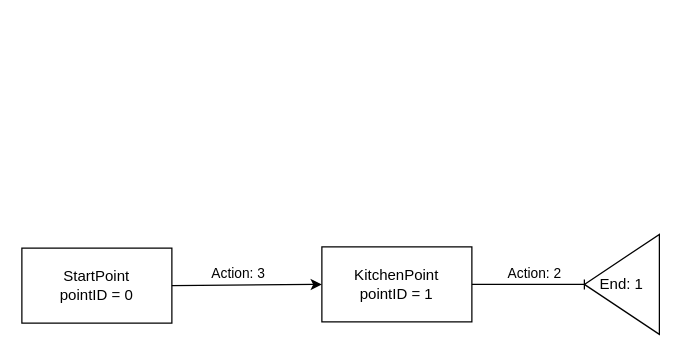
This is PointTree.drawio from AndryMasl/AGU_text_quest, a draw.io file, before an edit. Source tidied: cells renumbered, new cells numbered last; positions are measured from the earlier drawing's top-left corner, leaving out a move shared by most shapes. Both pictures are drawn from the tidied source at 125%, with x=0, y=0 at pixel (21, 234).
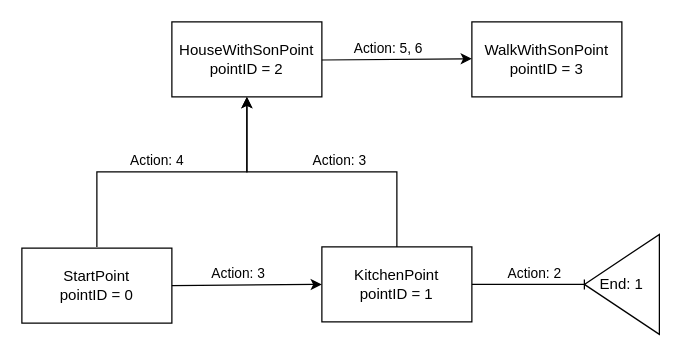
After the change.

Unchanged cells that the change refers to:
```xml
<mxCell id="5" value="&lt;div&gt;KitchenPoint&lt;/div&gt;&lt;div&gt;pointID = 1&lt;/div&gt;" style="rounded=0;whiteSpace=wrap;html=1;" parent="1" vertex="1">
  <mxGeometry x="240" y="10" width="120" height="60" as="geometry" />
</mxCell>
```

What changed in the source:
```diff
@@
+    <mxCell id="9" value="HouseWithSonPoint&lt;div&gt;pointID = 2&lt;/div&gt;" style="rounded=0;whiteSpace=wrap;html=1;" parent="1" vertex="1">
+      <mxGeometry x="120" y="-170" width="120" height="60" as="geometry" />
+    </mxCell>
+    <mxCell id="10" style="endArrow=classic;html=1;rounded=0;entryX=0.5;entryY=1;entryDx=0;entryDy=0;edgeStyle=orthogonalEdgeStyle;" parent="1" edge="1" target="9">
+      <mxGeometry relative="1" as="geometry">
+        <mxPoint x="60" y="10" as="sourcePoint" />
+        <Array as="points">
+          <mxPoint x="60" y="-50" />
+          <mxPoint x="180" y="-50" />
+        </Array>
+      </mxGeometry>
+    </mxCell>
+    <mxCell id="11" value="Action: 4" style="edgeLabel;html=1;align=center;verticalAlign=middle;" parent="10" vertex="1">
+      <mxGeometry x="-0.11" relative="1" as="geometry">
+        <mxPoint y="-10" as="offset" />
+      </mxGeometry>
+    </mxCell>
+    <mxCell id="12" style="endArrow=classic;html=1;rounded=0;edgeStyle=orthogonalEdgeStyle;exitX=0.5;exitY=0;exitDx=0;exitDy=0;" parent="1" edge="1" source="5">
+      <mxGeometry relative="1" as="geometry">
+        <mxPoint x="180" y="-110" as="targetPoint" />
+        <Array as="points">
+          <mxPoint x="300" y="-50" />
+          <mxPoint x="180" y="-50" />
+        </Array>
+      </mxGeometry>
+    </mxCell>
+    <mxCell id="13" value="Action:&amp;nbsp;3" style="edgeLabel;html=1;align=center;verticalAlign=middle;" parent="12" vertex="1">
+      <mxGeometry x="-0.11" relative="1" as="geometry">
+        <mxPoint y="-10" as="offset" />
+      </mxGeometry>
+    </mxCell>
+    <mxCell id="14" style="endArrow=classic;html=1;rounded=0;exitX=1;exitY=0.5;exitDx=0;exitDy=0;entryX=0;entryY=0.5;entryDx=0;entryDy=0;" parent="1" edge="1">
+      <mxGeometry relative="1" as="geometry">
+        <mxPoint x="240" y="-139.5" as="sourcePoint" />
+        <mxPoint x="360" y="-140.5" as="targetPoint" />
+      </mxGeometry>
+    </mxCell>
+    <mxCell id="15" value="Action: 5, 6" style="edgeLabel;html=1;align=center;verticalAlign=middle;" parent="14" vertex="1">
+      <mxGeometry x="-0.11" relative="1" as="geometry">
+        <mxPoint y="-10" as="offset" />
+      </mxGeometry>
+    </mxCell>
+    <mxCell id="16" value="&lt;div&gt;Walk&lt;span style=&quot;background-color: transparent; color: light-dark(rgb(0, 0, 0), rgb(255, 255, 255));&quot;&gt;WithSonPoint&lt;/span&gt;&lt;/div&gt;&lt;div&gt;pointID = 3&lt;/div&gt;" style="rounded=0;whiteSpace=wrap;html=1;" parent="1" vertex="1">
+      <mxGeometry x="360" y="-170" width="120" height="60" as="geometry" />
+    </mxCell>
```
